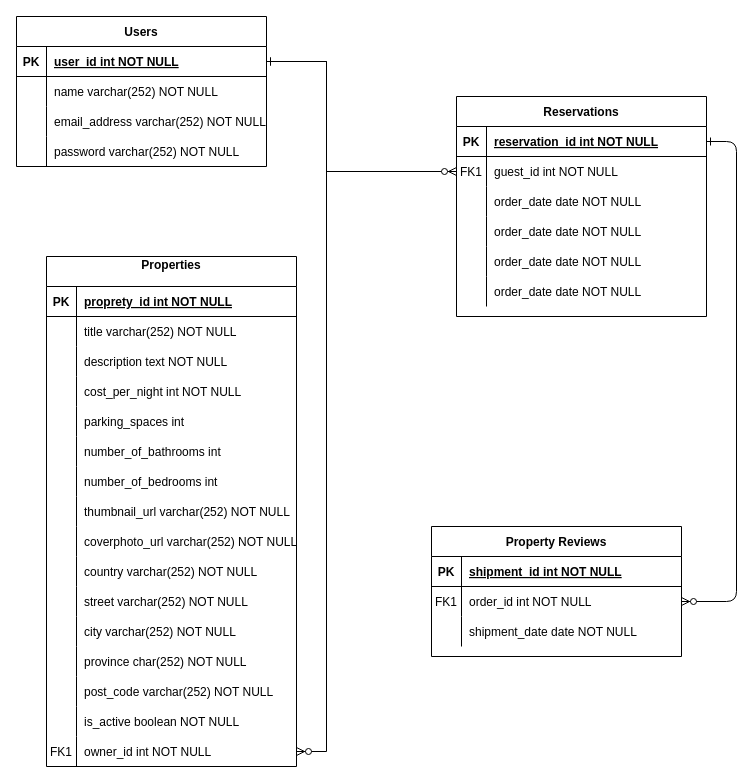
Above: erd/Untitled Diagram.drawio in DASitby/LightBnB (draw.io), before the change. Source tidied: cells renumbered, new cells numbered last; positions are measured from the earlier drawing's top-left corner, leaving out a move shared by most shapes. Both pictures are drawn from the tidied source at 100%, with x=0, y=0 at pixel (16, 16).
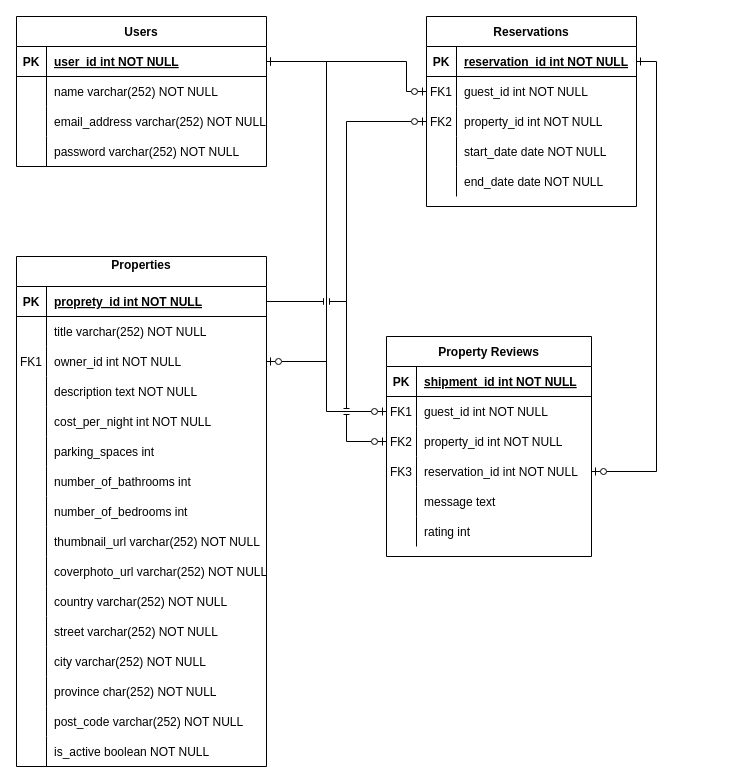
After the change.

Unchanged cells that the change refers to:
```xml
<mxCell id="34" style="shape=partialRectangle;fillColor=none;points=[[0,0.5],[1,0.5]];portConstraint=eastwest;top=0;left=0;right=0;bottom=1;" parent="33" vertex="1">
  <mxGeometry y="30" width="250" height="30" as="geometry" />
</mxCell>
<mxCell id="47" style="shape=partialRectangle;fillColor=none;points=[[0,0.5],[1,0.5]];portConstraint=eastwest;top=0;left=0;right=0;bottom=1;" parent="46" vertex="1">
  <mxGeometry y="30" width="250" height="30" as="geometry" />
</mxCell>
```

Diff of the diagram source:
```diff
@@
-    <mxCell id="2" style="edgeStyle=elbowEdgeStyle;endArrow=ERzeroToMany;startArrow=ERone;endFill=1;startFill=0;strokeColor=default;rounded=0;" parent="1" edge="1" source="34" target="8">
+    <mxCell id="2" style="edgeStyle=elbowEdgeStyle;endArrow=ERzeroToOne;startArrow=ERone;endFill=0;startFill=0;strokeColor=default;rounded=0;entryX=0;entryY=0.5;entryDx=0;entryDy=0;exitX=1;exitY=0.5;exitDx=0;exitDy=0;" parent="1" edge="1" source="34" target="8">
       <mxGeometry relative="1" as="geometry">
         <Array as="points">
-          <mxPoint x="310" y="100" />
+          <mxPoint x="390" y="40" />
         </Array>
       </mxGeometry>
     </mxCell>
-    <mxCell id="3" style="edgeStyle=entityRelationEdgeStyle;endArrow=ERzeroToMany;startArrow=ERone;endFill=1;startFill=0;" parent="1" edge="1" source="5" target="27">
-      <mxGeometry relative="1" as="geometry" />
+    <mxCell id="3" style="edgeStyle=elbowEdgeStyle;endArrow=ERzeroToOne;startArrow=ERone;endFill=0;startFill=0;rounded=0;jumpStyle=arc;shadow=0;entryX=1;entryY=0.5;entryDx=0;entryDy=0;elbow=vertical;" parent="1" edge="1" source="5" target="99">
+      <mxGeometry relative="1" as="geometry">
+        <Array as="points">
+          <mxPoint x="640" y="400" />
+          <mxPoint x="720" y="310" />
+          <mxPoint x="630" y="320" />
+        </Array>
+      </mxGeometry>
     </mxCell>
     <mxCell id="4" value="Reservations" style="shape=table;startSize=30;childLayout=tableLayout;rowLines=0;fontStyle=1;align=center;" parent="1" vertex="1">
-      <mxGeometry x="440" y="80" width="250" height="220" as="geometry" />
+      <mxGeometry x="410" width="210" height="190" as="geometry" />
     </mxCell>
     <mxCell id="5" style="shape=partialRectangle;fillColor=none;points=[[0,0.5],[1,0.5]];portConstraint=eastwest;top=0;left=0;right=0;bottom=1;" parent="4" vertex="1">
-      <mxGeometry y="30" width="250" height="30" as="geometry" />
+      <mxGeometry y="30" width="210" height="30" as="geometry" />
     </mxCell>
@@
     <mxCell id="7" value="reservation_id int NOT NULL " style="shape=partialRectangle;overflow=hidden;fillColor=none;top=0;left=0;bottom=0;right=0;align=left;spacingLeft=6;fontStyle=5;" parent="5" vertex="1">
-      <mxGeometry x="30" width="220" height="30" as="geometry" />
+      <mxGeometry x="30" width="180" height="30" as="geometry" />
     </mxCell>
     <mxCell id="8" style="shape=partialRectangle;fillColor=none;points=[[0,0.5],[1,0.5]];portConstraint=eastwest;top=0;left=0;right=0;bottom=0;" parent="4" vertex="1">
-      <mxGeometry y="60" width="250" height="30" as="geometry" />
+      <mxGeometry y="60" width="210" height="30" as="geometry" />
     </mxCell>
@@
     <mxCell id="10" value="guest_id int NOT NULL" style="shape=partialRectangle;overflow=hidden;fillColor=none;top=0;left=0;bottom=0;right=0;align=left;spacingLeft=6;" parent="8" vertex="1">
-      <mxGeometry x="30" width="220" height="30" as="geometry" />
+      <mxGeometry x="30" width="180" height="30" as="geometry" />
     </mxCell>
+    <mxCell id="17" style="shape=partialRectangle;fillColor=none;points=[[0,0.5],[1,0.5]];portConstraint=eastwest;top=0;left=0;right=0;bottom=0;" parent="4" vertex="1">
+      <mxGeometry y="90" width="210" height="30" as="geometry" />
+    </mxCell>
+    <mxCell id="18" value="FK2" style="shape=partialRectangle;overflow=hidden;fillColor=none;top=0;left=0;bottom=0;right=0;" parent="17" vertex="1">
+      <mxGeometry width="30" height="30" as="geometry" />
+    </mxCell>
+    <mxCell id="19" value="property_id int NOT NULL" style="shape=partialRectangle;overflow=hidden;fillColor=none;top=0;left=0;bottom=0;right=0;align=left;spacingLeft=6;" parent="17" vertex="1">
+      <mxGeometry x="30" width="180" height="30" as="geometry" />
+    </mxCell>
     <mxCell id="11" style="shape=partialRectangle;fillColor=none;top=0;left=0;right=0;bottom=0;" parent="4" vertex="1">
-      <mxGeometry y="90" width="250" height="30" as="geometry" />
+      <mxGeometry y="120" width="210" height="30" as="geometry" />
     </mxCell>
@@
-    <mxCell id="13" value="order_date date NOT NULL" style="shape=partialRectangle;overflow=hidden;fillColor=none;top=0;left=0;bottom=0;right=0;align=left;spacingLeft=6;" parent="11" vertex="1">
-      <mxGeometry x="30" width="220" height="30" as="geometry" />
+    <mxCell id="13" value="start_date date NOT NULL" style="shape=partialRectangle;overflow=hidden;fillColor=none;top=0;left=0;bottom=0;right=0;align=left;spacingLeft=6;" parent="11" vertex="1">
+      <mxGeometry x="30" width="180" height="30" as="geometry" />
     </mxCell>
     <mxCell id="14" style="shape=partialRectangle;fillColor=none;top=0;left=0;right=0;bottom=0;" parent="4" vertex="1">
-      <mxGeometry y="120" width="250" height="30" as="geometry" />
+      <mxGeometry y="150" width="210" height="30" as="geometry" />
     </mxCell>
@@
-    <mxCell id="16" value="order_date date NOT NULL" style="shape=partialRectangle;overflow=hidden;fillColor=none;top=0;left=0;bottom=0;right=0;align=left;spacingLeft=6;" parent="14" vertex="1">
-      <mxGeometry x="30" width="220" height="30" as="geometry" />
+    <mxCell id="16" value="end_date date NOT NULL" style="shape=partialRectangle;overflow=hidden;fillColor=none;top=0;left=0;bottom=0;right=0;align=left;spacingLeft=6;" parent="14" vertex="1">
+      <mxGeometry x="30" width="180" height="30" as="geometry" />
     </mxCell>
-    <mxCell id="17" style="shape=partialRectangle;fillColor=none;points=[[0,0.5],[1,0.5]];portConstraint=eastwest;top=0;left=0;right=0;bottom=0;" parent="4" vertex="1">
-      <mxGeometry y="150" width="250" height="30" as="geometry" />
-    </mxCell>
-    <mxCell id="18" style="shape=partialRectangle;overflow=hidden;fillColor=none;top=0;left=0;bottom=0;right=0;" parent="17" vertex="1">
-      <mxGeometry width="30" height="30" as="geometry" />
-    </mxCell>
-    <mxCell id="19" value="order_date date NOT NULL" style="shape=partialRectangle;overflow=hidden;fillColor=none;top=0;left=0;bottom=0;right=0;align=left;spacingLeft=6;" parent="17" vertex="1">
-      <mxGeometry x="30" width="220" height="30" as="geometry" />
-    </mxCell>
-    <mxCell id="20" style="shape=partialRectangle;fillColor=none;top=0;left=0;right=0;bottom=0;" parent="4" vertex="1">
-      <mxGeometry y="180" width="250" height="30" as="geometry" />
-    </mxCell>
-    <mxCell id="21" style="shape=partialRectangle;overflow=hidden;fillColor=none;top=0;left=0;bottom=0;right=0;" parent="20" vertex="1">
-      <mxGeometry width="30" height="30" as="geometry" />
-    </mxCell>
-    <mxCell id="22" value="order_date date NOT NULL" style="shape=partialRectangle;overflow=hidden;fillColor=none;top=0;left=0;bottom=0;right=0;align=left;spacingLeft=6;" parent="20" vertex="1">
-      <mxGeometry x="30" width="220" height="30" as="geometry" />
-    </mxCell>
     <mxCell id="23" value="Property Reviews" style="shape=table;startSize=30;childLayout=tableLayout;rowLines=0;fontStyle=1;align=center;" parent="1" vertex="1">
-      <mxGeometry x="415" y="510" width="250" height="130" as="geometry" />
+      <mxGeometry x="370" y="320" width="205" height="220" as="geometry" />
     </mxCell>
     <mxCell id="24" style="shape=partialRectangle;fillColor=none;top=0;left=0;right=0;bottom=1;" parent="23" vertex="1">
-      <mxGeometry y="30" width="250" height="30" as="geometry" />
+      <mxGeometry y="30" width="205" height="30" as="geometry" />
     </mxCell>
@@
     <mxCell id="26" value="shipment_id int NOT NULL " style="shape=partialRectangle;overflow=hidden;fillColor=none;top=0;left=0;bottom=0;right=0;align=left;spacingLeft=6;fontStyle=5;" parent="24" vertex="1">
-      <mxGeometry x="30" width="220" height="30" as="geometry" />
+      <mxGeometry x="30" width="175" height="30" as="geometry" />
     </mxCell>
     <mxCell id="27" style="shape=partialRectangle;fillColor=none;points=[[0,0.5],[1,0.5]];portConstraint=eastwest;top=0;left=0;right=0;bottom=0;" parent="23" vertex="1">
-      <mxGeometry y="60" width="250" height="30" as="geometry" />
+      <mxGeometry y="60" width="205" height="30" as="geometry" />
     </mxCell>
@@
-    <mxCell id="29" value="order_id int NOT NULL" style="shape=partialRectangle;overflow=hidden;fillColor=none;top=0;left=0;bottom=0;right=0;align=left;spacingLeft=6;" parent="27" vertex="1">
-      <mxGeometry x="30" width="220" height="30" as="geometry" />
+    <mxCell id="29" value="guest_id int NOT NULL" style="shape=partialRectangle;overflow=hidden;fillColor=none;top=0;left=0;bottom=0;right=0;align=left;spacingLeft=6;" parent="27" vertex="1">
+      <mxGeometry x="30" width="175" height="30" as="geometry" />
     </mxCell>
+    <mxCell id="96" style="shape=partialRectangle;fillColor=none;points=[[0,0.5],[1,0.5]];portConstraint=eastwest;top=0;left=0;right=0;bottom=0;" parent="23" vertex="1">
+      <mxGeometry y="90" width="205" height="30" as="geometry" />
+    </mxCell>
+    <mxCell id="97" value="FK2" style="shape=partialRectangle;overflow=hidden;fillColor=none;top=0;left=0;bottom=0;right=0;" parent="96" vertex="1">
+      <mxGeometry width="30" height="30" as="geometry" />
+    </mxCell>
+    <mxCell id="98" value="property_id int NOT NULL" style="shape=partialRectangle;overflow=hidden;fillColor=none;top=0;left=0;bottom=0;right=0;align=left;spacingLeft=6;" parent="96" vertex="1">
+      <mxGeometry x="30" width="175" height="30" as="geometry" />
+    </mxCell>
+    <mxCell id="99" style="shape=partialRectangle;fillColor=none;points=[[0,0.5],[1,0.5]];portConstraint=eastwest;top=0;left=0;right=0;bottom=0;" parent="23" vertex="1">
+      <mxGeometry y="120" width="205" height="30" as="geometry" />
+    </mxCell>
+    <mxCell id="100" value="FK3" style="shape=partialRectangle;overflow=hidden;fillColor=none;top=0;left=0;bottom=0;right=0;" parent="99" vertex="1">
+      <mxGeometry width="30" height="30" as="geometry" />
+    </mxCell>
+    <mxCell id="101" value="reservation_id int NOT NULL" style="shape=partialRectangle;overflow=hidden;fillColor=none;top=0;left=0;bottom=0;right=0;align=left;spacingLeft=6;" parent="99" vertex="1">
+      <mxGeometry x="30" width="175" height="30" as="geometry" />
+    </mxCell>
     <mxCell id="30" style="shape=partialRectangle;fillColor=none;top=0;left=0;right=0;bottom=0;" parent="23" vertex="1">
-      <mxGeometry y="90" width="250" height="30" as="geometry" />
+      <mxGeometry y="150" width="205" height="30" as="geometry" />
     </mxCell>
@@
-    <mxCell id="32" value="shipment_date date NOT NULL" style="shape=partialRectangle;overflow=hidden;fillColor=none;top=0;left=0;bottom=0;right=0;align=left;spacingLeft=6;" parent="30" vertex="1">
-      <mxGeometry x="30" width="220" height="30" as="geometry" />
+    <mxCell id="32" value="message text" style="shape=partialRectangle;overflow=hidden;fillColor=none;top=0;left=0;bottom=0;right=0;align=left;spacingLeft=6;" parent="30" vertex="1">
+      <mxGeometry x="30" width="175" height="30" as="geometry" />
     </mxCell>
+    <mxCell id="102" style="shape=partialRectangle;fillColor=none;top=0;left=0;right=0;bottom=0;" parent="23" vertex="1">
+      <mxGeometry y="180" width="205" height="30" as="geometry" />
+    </mxCell>
+    <mxCell id="21" style="shape=partialRectangle;overflow=hidden;fillColor=none;top=0;left=0;bottom=0;right=0;" parent="102" vertex="1">
+      <mxGeometry width="30" height="30" as="geometry" />
+    </mxCell>
+    <mxCell id="103" value="rating int" style="shape=partialRectangle;overflow=hidden;fillColor=none;top=0;left=0;bottom=0;right=0;align=left;spacingLeft=6;" parent="102" vertex="1">
+      <mxGeometry x="30" width="175" height="30" as="geometry" />
+    </mxCell>
@@
     <mxCell id="46" value="Properties&#10;" style="shape=table;startSize=30;childLayout=tableLayout;rowLines=0;fontStyle=1;align=center;" parent="1" vertex="1">
-      <mxGeometry x="30" y="240" width="250" height="510" as="geometry" />
+      <mxGeometry y="240" width="250" height="510" as="geometry" />
     </mxCell>
@@
+    <mxCell id="92" style="shape=partialRectangle;fillColor=none;points=[[0,0.5],[1,0.5]];portConstraint=eastwest;top=0;left=0;right=0;bottom=0;" parent="46" vertex="1">
+      <mxGeometry y="90" width="250" height="30" as="geometry" />
+    </mxCell>
+    <mxCell id="93" value="FK1" style="shape=partialRectangle;overflow=hidden;fillColor=none;top=0;left=0;bottom=0;right=0;" parent="92" vertex="1">
+      <mxGeometry width="30" height="30" as="geometry" />
+    </mxCell>
+    <mxCell id="94" value="owner_id int NOT NULL" style="shape=partialRectangle;overflow=hidden;fillColor=none;top=0;left=0;bottom=0;right=0;align=left;spacingLeft=6;" parent="92" vertex="1">
+      <mxGeometry x="30" width="220" height="30" as="geometry" />
+    </mxCell>
     <mxCell id="53" style="shape=partialRectangle;fillColor=none;top=0;left=0;right=0;bottom=0;" parent="46" vertex="1">
-      <mxGeometry y="90" width="250" height="30" as="geometry" />
+      <mxGeometry y="120" width="250" height="30" as="geometry" />
     </mxCell>
@@
     <mxCell id="56" style="shape=partialRectangle;fillColor=none;top=0;left=0;right=0;bottom=0;" parent="46" vertex="1">
-      <mxGeometry y="120" width="250" height="30" as="geometry" />
+      <mxGeometry y="150" width="250" height="30" as="geometry" />
     </mxCell>
@@
     <mxCell id="59" style="shape=partialRectangle;fillColor=none;top=0;left=0;right=0;bottom=0;" parent="46" vertex="1">
-      <mxGeometry y="150" width="250" height="30" as="geometry" />
+      <mxGeometry y="180" width="250" height="30" as="geometry" />
     </mxCell>
@@
     <mxCell id="62" style="shape=partialRectangle;fillColor=none;top=0;left=0;right=0;bottom=0;" parent="46" vertex="1">
-      <mxGeometry y="180" width="250" height="30" as="geometry" />
+      <mxGeometry y="210" width="250" height="30" as="geometry" />
     </mxCell>
@@
     <mxCell id="65" style="shape=partialRectangle;fillColor=none;top=0;left=0;right=0;bottom=0;" parent="46" vertex="1">
-      <mxGeometry y="210" width="250" height="30" as="geometry" />
+      <mxGeometry y="240" width="250" height="30" as="geometry" />
     </mxCell>
@@
     <mxCell id="68" style="shape=partialRectangle;fillColor=none;top=0;left=0;right=0;bottom=0;" parent="46" vertex="1">
-      <mxGeometry y="240" width="250" height="30" as="geometry" />
+      <mxGeometry y="270" width="250" height="30" as="geometry" />
     </mxCell>
@@
     <mxCell id="71" style="shape=partialRectangle;fillColor=none;top=0;left=0;right=0;bottom=0;" parent="46" vertex="1">
-      <mxGeometry y="270" width="250" height="30" as="geometry" />
+      <mxGeometry y="300" width="250" height="30" as="geometry" />
     </mxCell>
@@
     <mxCell id="74" style="shape=partialRectangle;fillColor=none;top=0;left=0;right=0;bottom=0;" parent="46" vertex="1">
-      <mxGeometry y="300" width="250" height="30" as="geometry" />
+      <mxGeometry y="330" width="250" height="30" as="geometry" />
     </mxCell>
@@
     <mxCell id="77" style="shape=partialRectangle;fillColor=none;top=0;left=0;right=0;bottom=0;" parent="46" vertex="1">
-      <mxGeometry y="330" width="250" height="30" as="geometry" />
+      <mxGeometry y="360" width="250" height="30" as="geometry" />
     </mxCell>
@@
     <mxCell id="80" style="shape=partialRectangle;fillColor=none;top=0;left=0;right=0;bottom=0;" parent="46" vertex="1">
-      <mxGeometry y="360" width="250" height="30" as="geometry" />
+      <mxGeometry y="390" width="250" height="30" as="geometry" />
     </mxCell>
@@
     <mxCell id="83" style="shape=partialRectangle;fillColor=none;top=0;left=0;right=0;bottom=0;" parent="46" vertex="1">
-      <mxGeometry y="390" width="250" height="30" as="geometry" />
+      <mxGeometry y="420" width="250" height="30" as="geometry" />
     </mxCell>
@@
     <mxCell id="86" style="shape=partialRectangle;fillColor=none;top=0;left=0;right=0;bottom=0;" parent="46" vertex="1">
-      <mxGeometry y="420" width="250" height="30" as="geometry" />
+      <mxGeometry y="450" width="250" height="30" as="geometry" />
     </mxCell>
@@
     <mxCell id="89" style="shape=partialRectangle;fillColor=none;top=0;left=0;right=0;bottom=0;" parent="46" vertex="1">
-      <mxGeometry y="450" width="250" height="30" as="geometry" />
+      <mxGeometry y="480" width="250" height="30" as="geometry" />
     </mxCell>
@@
-    <mxCell id="92" style="shape=partialRectangle;fillColor=none;points=[[0,0.5],[1,0.5]];portConstraint=eastwest;top=0;left=0;right=0;bottom=0;" parent="46" vertex="1">
-      <mxGeometry y="480" width="250" height="30" as="geometry" />
-    </mxCell>
-    <mxCell id="93" value="FK1" style="shape=partialRectangle;overflow=hidden;fillColor=none;top=0;left=0;bottom=0;right=0;" parent="92" vertex="1">
-      <mxGeometry width="30" height="30" as="geometry" />
-    </mxCell>
-    <mxCell id="94" value="owner_id int NOT NULL" style="shape=partialRectangle;overflow=hidden;fillColor=none;top=0;left=0;bottom=0;right=0;align=left;spacingLeft=6;" parent="92" vertex="1">
-      <mxGeometry x="30" width="220" height="30" as="geometry" />
-    </mxCell>
-    <mxCell id="95" style="edgeStyle=elbowEdgeStyle;endArrow=ERzeroToMany;startArrow=ERone;endFill=1;startFill=0;exitX=1;exitY=0.5;exitDx=0;exitDy=0;rounded=0;jumpStyle=sharp;" parent="1" edge="1" source="34" target="92">
+    <mxCell id="95" style="edgeStyle=elbowEdgeStyle;endArrow=ERzeroToOne;startArrow=ERone;endFill=0;startFill=0;exitX=1;exitY=0.5;exitDx=0;exitDy=0;rounded=0;jumpStyle=none;entryX=1;entryY=0.5;entryDx=0;entryDy=0;" parent="1" edge="1" source="34" target="92">
       <mxGeometry relative="1" as="geometry">
         <Array as="points">
-          <mxPoint x="310" y="380" />
+          <mxPoint x="310" y="120" />
+          <mxPoint x="310" y="410" />
+          <mxPoint x="50" y="200" />
+          <mxPoint x="10" y="180" />
         </Array>
       </mxGeometry>
     </mxCell>
+    <mxCell id="104" style="edgeStyle=elbowEdgeStyle;rounded=0;jumpStyle=line;jettySize=auto;html=1;exitX=1;exitY=0.5;exitDx=0;exitDy=0;entryX=0;entryY=0.5;entryDx=0;entryDy=0;strokeColor=default;endArrow=ERzeroToOne;endFill=0;" parent="1" edge="1" source="47" target="17">
+      <mxGeometry relative="1" as="geometry">
+        <Array as="points">
+          <mxPoint x="330" y="200" />
+        </Array>
+      </mxGeometry>
+    </mxCell>
+    <mxCell id="105" style="edgeStyle=elbowEdgeStyle;endArrow=ERzeroToOne;startArrow=ERone;endFill=0;startFill=0;exitX=1;exitY=0.5;exitDx=0;exitDy=0;rounded=0;jumpStyle=none;entryX=0;entryY=0.5;entryDx=0;entryDy=0;" parent="1" edge="1" source="34" target="27">
+      <mxGeometry relative="1" as="geometry">
+        <Array as="points">
+          <mxPoint x="310" y="320" />
+          <mxPoint x="320" y="420" />
+          <mxPoint x="60" y="210" />
+          <mxPoint x="20" y="190" />
+        </Array>
+      </mxGeometry>
+    </mxCell>
+    <mxCell id="106" style="edgeStyle=elbowEdgeStyle;rounded=0;sketch=0;jumpStyle=line;jettySize=auto;html=1;entryX=0;entryY=0.5;entryDx=0;entryDy=0;shadow=0;strokeColor=default;endArrow=ERzeroToOne;endFill=0;" parent="1" edge="1" source="47" target="96">
+      <mxGeometry relative="1" as="geometry">
+        <Array as="points">
+          <mxPoint x="330" y="350" />
+        </Array>
+      </mxGeometry>
+    </mxCell>
```
